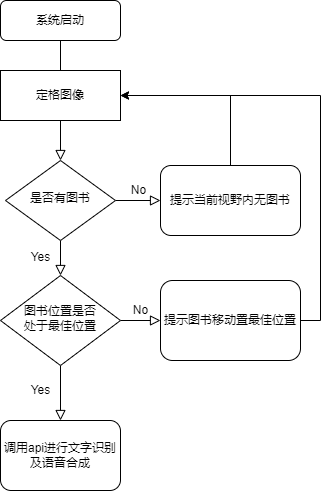
This is Software Diagram.png from Lelucermaire111/Intelligent-blind-assistance-system, a draw.io export, as it was before one commit. Source tidied: cells renumbered, new cells last; positions are measured from the earlier drawing's top-left corner, leaving out a move shared by most shapes. The source it was exported from:
```xml
<mxGraphModel>
  <root>
    <mxCell id="0" />
    <mxCell id="1" parent="0" />
    <mxCell id="2" style="rounded=0;html=1;jettySize=auto;fontSize=11;endArrow=block;endFill=0;endSize=8;strokeWidth=1;shadow=0;labelBackgroundColor=none;edgeStyle=orthogonalEdgeStyle;startArrow=none;" parent="1" edge="1" source="15" target="6">
      <mxGeometry relative="1" as="geometry" />
    </mxCell>
    <mxCell id="3" value="系统启动" style="rounded=1;whiteSpace=wrap;html=1;fontSize=12;glass=0;strokeWidth=1;shadow=0;" parent="1" vertex="1">
      <mxGeometry width="120" height="40" as="geometry" />
    </mxCell>
    <mxCell id="4" value="Yes" style="rounded=0;html=1;jettySize=auto;fontSize=11;endArrow=block;endFill=0;endSize=8;strokeWidth=1;shadow=0;labelBackgroundColor=none;edgeStyle=orthogonalEdgeStyle;" parent="1" edge="1" source="6" target="11">
      <mxGeometry y="20" relative="1" as="geometry" />
    </mxCell>
    <mxCell id="5" value="No" style="edgeStyle=orthogonalEdgeStyle;rounded=0;html=1;jettySize=auto;fontSize=11;endArrow=block;endFill=0;endSize=8;strokeWidth=1;shadow=0;labelBackgroundColor=none;" parent="1" edge="1" source="6" target="8">
      <mxGeometry y="10" relative="1" as="geometry" />
    </mxCell>
    <mxCell id="6" value="是否有图书" style="rhombus;whiteSpace=wrap;html=1;shadow=0;fontFamily=Helvetica;fontSize=12;align=center;strokeWidth=1;spacing=6;spacingTop=-4;" parent="1" vertex="1">
      <mxGeometry x="5" y="160" width="110" height="80" as="geometry" />
    </mxCell>
    <mxCell id="7" style="edgeStyle=orthogonalEdgeStyle;rounded=0;jettySize=auto;html=1;entryX=1;entryY=0.5;entryDx=0;entryDy=0;" parent="1" edge="1" source="8" target="15">
      <mxGeometry relative="1" as="geometry">
        <Array as="points">
          <mxPoint x="230" y="95" />
        </Array>
      </mxGeometry>
    </mxCell>
    <mxCell id="8" value="提示当前视野内无图书" style="rounded=1;whiteSpace=wrap;html=1;fontSize=12;glass=0;strokeWidth=1;shadow=0;" parent="1" vertex="1">
      <mxGeometry x="160" y="165" width="140" height="70" as="geometry" />
    </mxCell>
    <mxCell id="9" value="Yes" style="rounded=0;html=1;jettySize=auto;fontSize=11;endArrow=block;endFill=0;endSize=8;strokeWidth=1;shadow=0;labelBackgroundColor=none;edgeStyle=orthogonalEdgeStyle;" parent="1" edge="1" source="11" target="12">
      <mxGeometry x="-0.09" y="-20" relative="1" as="geometry" />
    </mxCell>
    <mxCell id="10" value="No" style="edgeStyle=orthogonalEdgeStyle;rounded=0;html=1;jettySize=auto;fontSize=11;endArrow=block;endFill=0;endSize=8;strokeWidth=1;shadow=0;labelBackgroundColor=none;" parent="1" edge="1" source="11" target="14">
      <mxGeometry y="10" relative="1" as="geometry" />
    </mxCell>
    <mxCell id="11" value="图书位置是否&lt;br&gt;处于最佳位置" style="rhombus;whiteSpace=wrap;html=1;shadow=0;fontFamily=Helvetica;fontSize=12;align=center;strokeWidth=1;spacing=6;spacingTop=-4;" parent="1" vertex="1">
      <mxGeometry y="275" width="120" height="90" as="geometry" />
    </mxCell>
    <mxCell id="12" value="调用api进行文字识别及语音合成" style="rounded=1;whiteSpace=wrap;html=1;fontSize=12;glass=0;strokeWidth=1;shadow=0;" parent="1" vertex="1">
      <mxGeometry y="420" width="120" height="70" as="geometry" />
    </mxCell>
    <mxCell id="13" style="edgeStyle=orthogonalEdgeStyle;rounded=0;jettySize=auto;html=1;exitX=1;exitY=0.5;exitDx=0;exitDy=0;entryX=1;entryY=0.5;entryDx=0;entryDy=0;" parent="1" edge="1" source="14" target="15">
      <mxGeometry relative="1" as="geometry" />
    </mxCell>
    <mxCell id="14" value="提示图书移动置最佳位置" style="rounded=1;whiteSpace=wrap;html=1;fontSize=12;glass=0;strokeWidth=1;shadow=0;" parent="1" vertex="1">
      <mxGeometry x="160" y="280" width="140" height="80" as="geometry" />
    </mxCell>
    <mxCell id="15" value="定格图像" style="rounded=0;whiteSpace=wrap;html=1;" parent="1" vertex="1">
      <mxGeometry y="70" width="120" height="50" as="geometry" />
    </mxCell>
    <mxCell id="16" style="rounded=0;html=1;jettySize=auto;fontSize=11;endArrow=none;endFill=0;endSize=8;strokeWidth=1;shadow=0;labelBackgroundColor=none;edgeStyle=orthogonalEdgeStyle;" parent="1" edge="1" source="3" target="15">
      <mxGeometry relative="1" as="geometry" />
    </mxCell>
  </root>
</mxGraphModel>
```
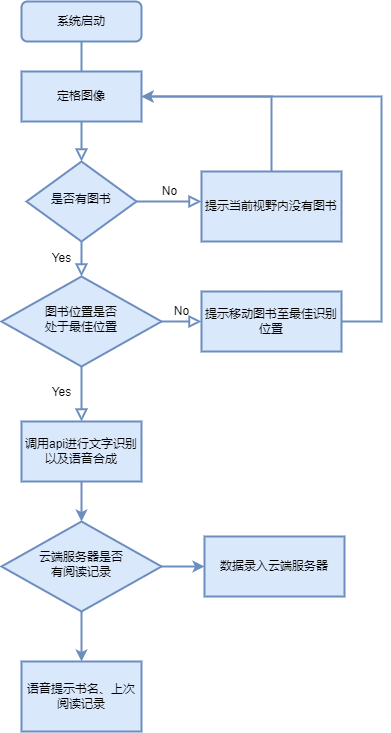
After the commit.

The edit, as a diff of the source:
```diff
@@ -2,54 +2,81 @@
   <root>
     <mxCell id="0" />
     <mxCell id="1" parent="0" />
-    <mxCell id="2" style="rounded=0;html=1;jettySize=auto;fontSize=11;endArrow=block;endFill=0;endSize=8;strokeWidth=1;shadow=0;labelBackgroundColor=none;edgeStyle=orthogonalEdgeStyle;startArrow=none;" parent="1" edge="1" source="15" target="6">
+    <mxCell id="2" style="rounded=0;html=1;jettySize=auto;fontSize=11;endArrow=block;endFill=0;endSize=8;strokeWidth=2;shadow=0;labelBackgroundColor=none;edgeStyle=orthogonalEdgeStyle;startArrow=none;fillColor=#dae8fc;strokeColor=#6c8ebf;" parent="1" edge="1" source="15" target="6">
       <mxGeometry relative="1" as="geometry" />
     </mxCell>
-    <mxCell id="3" value="系统启动" style="rounded=1;whiteSpace=wrap;html=1;fontSize=12;glass=0;strokeWidth=1;shadow=0;" parent="1" vertex="1">
+    <mxCell id="3" value="系统启动" style="rounded=1;whiteSpace=wrap;html=1;fontSize=12;glass=0;strokeWidth=2;shadow=0;fillColor=#dae8fc;strokeColor=#6c8ebf;" parent="1" vertex="1">
       <mxGeometry width="120" height="40" as="geometry" />
     </mxCell>
-    <mxCell id="4" value="Yes" style="rounded=0;html=1;jettySize=auto;fontSize=11;endArrow=block;endFill=0;endSize=8;strokeWidth=1;shadow=0;labelBackgroundColor=none;edgeStyle=orthogonalEdgeStyle;" parent="1" edge="1" source="6" target="11">
+    <mxCell id="4" value="Yes" style="rounded=0;html=1;jettySize=auto;fontSize=11;endArrow=block;endFill=0;endSize=8;strokeWidth=2;shadow=0;labelBackgroundColor=none;edgeStyle=orthogonalEdgeStyle;fillColor=#dae8fc;strokeColor=#6c8ebf;" parent="1" edge="1" source="6" target="11">
       <mxGeometry y="20" relative="1" as="geometry" />
     </mxCell>
-    <mxCell id="5" value="No" style="edgeStyle=orthogonalEdgeStyle;rounded=0;html=1;jettySize=auto;fontSize=11;endArrow=block;endFill=0;endSize=8;strokeWidth=1;shadow=0;labelBackgroundColor=none;" parent="1" edge="1" source="6" target="8">
-      <mxGeometry y="10" relative="1" as="geometry" />
+    <mxCell id="5" value="No" style="edgeStyle=orthogonalEdgeStyle;rounded=0;html=1;jettySize=auto;fontSize=11;endArrow=block;endFill=0;endSize=8;strokeWidth=2;shadow=0;labelBackgroundColor=none;fillColor=#dae8fc;strokeColor=#6c8ebf;" parent="1" edge="1" source="6">
+      <mxGeometry y="10" relative="1" as="geometry">
+        <mxPoint x="180" y="200" as="targetPoint" />
+      </mxGeometry>
     </mxCell>
-    <mxCell id="6" value="是否有图书" style="rhombus;whiteSpace=wrap;html=1;shadow=0;fontFamily=Helvetica;fontSize=12;align=center;strokeWidth=1;spacing=6;spacingTop=-4;" parent="1" vertex="1">
+    <mxCell id="6" value="是否有图书" style="rhombus;whiteSpace=wrap;html=1;shadow=0;fontFamily=Helvetica;fontSize=12;align=center;strokeWidth=2;spacing=6;spacingTop=-4;fillColor=#dae8fc;strokeColor=#6c8ebf;" parent="1" vertex="1">
       <mxGeometry x="5" y="160" width="110" height="80" as="geometry" />
     </mxCell>
-    <mxCell id="7" style="edgeStyle=orthogonalEdgeStyle;rounded=0;jettySize=auto;html=1;entryX=1;entryY=0.5;entryDx=0;entryDy=0;" parent="1" edge="1" source="8" target="15">
+    <mxCell id="7" style="edgeStyle=orthogonalEdgeStyle;rounded=0;jettySize=auto;html=1;entryX=1;entryY=0.5;entryDx=0;entryDy=0;strokeWidth=2;exitX=0.5;exitY=0;exitDx=0;exitDy=0;fillColor=#dae8fc;strokeColor=#6c8ebf;" parent="1" edge="1" source="19" target="15">
       <mxGeometry relative="1" as="geometry">
         <Array as="points">
-          <mxPoint x="230" y="95" />
+          <mxPoint x="250" y="95" />
         </Array>
       </mxGeometry>
     </mxCell>
-    <mxCell id="8" value="提示当前视野内无图书" style="rounded=1;whiteSpace=wrap;html=1;fontSize=12;glass=0;strokeWidth=1;shadow=0;" parent="1" vertex="1">
-      <mxGeometry x="160" y="165" width="140" height="70" as="geometry" />
-    </mxCell>
-    <mxCell id="9" value="Yes" style="rounded=0;html=1;jettySize=auto;fontSize=11;endArrow=block;endFill=0;endSize=8;strokeWidth=1;shadow=0;labelBackgroundColor=none;edgeStyle=orthogonalEdgeStyle;" parent="1" edge="1" source="11" target="12">
+    <mxCell id="9" value="Yes" style="rounded=0;html=1;jettySize=auto;fontSize=11;endArrow=block;endFill=0;endSize=8;strokeWidth=2;shadow=0;labelBackgroundColor=none;edgeStyle=orthogonalEdgeStyle;fillColor=#dae8fc;strokeColor=#6c8ebf;entryX=0.5;entryY=0;entryDx=0;entryDy=0;" parent="1" edge="1" source="11" target="18">
       <mxGeometry x="-0.09" y="-20" relative="1" as="geometry" />
     </mxCell>
-    <mxCell id="10" value="No" style="edgeStyle=orthogonalEdgeStyle;rounded=0;html=1;jettySize=auto;fontSize=11;endArrow=block;endFill=0;endSize=8;strokeWidth=1;shadow=0;labelBackgroundColor=none;" parent="1" edge="1" source="11" target="14">
-      <mxGeometry y="10" relative="1" as="geometry" />
+    <mxCell id="10" value="No" style="edgeStyle=orthogonalEdgeStyle;rounded=0;html=1;jettySize=auto;fontSize=11;endArrow=block;endFill=0;endSize=8;strokeWidth=2;shadow=0;labelBackgroundColor=none;fillColor=#dae8fc;strokeColor=#6c8ebf;" parent="1" edge="1" source="11">
+      <mxGeometry y="10" relative="1" as="geometry">
+        <mxPoint x="180" y="320" as="targetPoint" />
+      </mxGeometry>
     </mxCell>
-    <mxCell id="11" value="图书位置是否&lt;br&gt;处于最佳位置" style="rhombus;whiteSpace=wrap;html=1;shadow=0;fontFamily=Helvetica;fontSize=12;align=center;strokeWidth=1;spacing=6;spacingTop=-4;" parent="1" vertex="1">
-      <mxGeometry y="275" width="120" height="90" as="geometry" />
+    <mxCell id="11" value="图书位置是否&lt;br&gt;处于最佳位置" style="rhombus;whiteSpace=wrap;html=1;shadow=0;fontFamily=Helvetica;fontSize=12;align=center;strokeWidth=2;spacing=6;spacingTop=-4;fillColor=#dae8fc;strokeColor=#6c8ebf;" parent="1" vertex="1">
+      <mxGeometry x="-20" y="275" width="160" height="90" as="geometry" />
     </mxCell>
-    <mxCell id="12" value="调用api进行文字识别及语音合成" style="rounded=1;whiteSpace=wrap;html=1;fontSize=12;glass=0;strokeWidth=1;shadow=0;" parent="1" vertex="1">
-      <mxGeometry y="420" width="120" height="70" as="geometry" />
-    </mxCell>
-    <mxCell id="13" style="edgeStyle=orthogonalEdgeStyle;rounded=0;jettySize=auto;html=1;exitX=1;exitY=0.5;exitDx=0;exitDy=0;entryX=1;entryY=0.5;entryDx=0;entryDy=0;" parent="1" edge="1" source="14" target="15">
-      <mxGeometry relative="1" as="geometry" />
+    <mxCell id="13" style="edgeStyle=orthogonalEdgeStyle;rounded=0;jettySize=auto;html=1;exitX=1;exitY=0.5;exitDx=0;exitDy=0;entryX=1;entryY=0.5;entryDx=0;entryDy=0;strokeWidth=2;fillColor=#dae8fc;strokeColor=#6c8ebf;" parent="1" edge="1" source="20" target="15">
+      <mxGeometry relative="1" as="geometry">
+        <Array as="points">
+          <mxPoint x="360" y="320" />
+          <mxPoint x="360" y="95" />
+        </Array>
+      </mxGeometry>
     </mxCell>
-    <mxCell id="14" value="提示图书移动置最佳位置" style="rounded=1;whiteSpace=wrap;html=1;fontSize=12;glass=0;strokeWidth=1;shadow=0;" parent="1" vertex="1">
-      <mxGeometry x="160" y="280" width="140" height="80" as="geometry" />
-    </mxCell>
-    <mxCell id="15" value="定格图像" style="rounded=0;whiteSpace=wrap;html=1;" parent="1" vertex="1">
+    <mxCell id="15" value="定格图像" style="rounded=0;whiteSpace=wrap;html=1;fillColor=#dae8fc;strokeColor=#6c8ebf;strokeWidth=2;" parent="1" vertex="1">
       <mxGeometry y="70" width="120" height="50" as="geometry" />
     </mxCell>
-    <mxCell id="16" style="rounded=0;html=1;jettySize=auto;fontSize=11;endArrow=none;endFill=0;endSize=8;strokeWidth=1;shadow=0;labelBackgroundColor=none;edgeStyle=orthogonalEdgeStyle;" parent="1" edge="1" source="3" target="15">
+    <mxCell id="16" style="rounded=0;html=1;jettySize=auto;fontSize=11;endArrow=none;endFill=0;endSize=8;strokeWidth=2;shadow=0;labelBackgroundColor=none;edgeStyle=orthogonalEdgeStyle;fillColor=#dae8fc;strokeColor=#6c8ebf;" parent="1" edge="1" source="3" target="15">
       <mxGeometry relative="1" as="geometry" />
     </mxCell>
+    <mxCell id="17" style="edgeStyle=orthogonalEdgeStyle;rounded=0;jettySize=auto;html=1;strokeWidth=2;fillColor=#dae8fc;strokeColor=#6c8ebf;" parent="1" edge="1" source="18" target="23">
+      <mxGeometry relative="1" as="geometry" />
+    </mxCell>
+    <mxCell id="18" value="调用api进行文字识别以及语音合成" style="rounded=0;whiteSpace=wrap;html=1;strokeWidth=2;fillColor=#dae8fc;strokeColor=#6c8ebf;" parent="1" vertex="1">
+      <mxGeometry y="420" width="120" height="60" as="geometry" />
+    </mxCell>
+    <mxCell id="19" value="提示当前视野内没有图书" style="rounded=0;whiteSpace=wrap;html=1;strokeWidth=2;fillColor=#dae8fc;strokeColor=#6c8ebf;" parent="1" vertex="1">
+      <mxGeometry x="180" y="170" width="140" height="70" as="geometry" />
+    </mxCell>
+    <mxCell id="20" value="提示移动图书至最佳识别位置" style="rounded=0;whiteSpace=wrap;html=1;strokeWidth=2;fillColor=#dae8fc;strokeColor=#6c8ebf;" parent="1" vertex="1">
+      <mxGeometry x="180" y="290" width="140" height="60" as="geometry" />
+    </mxCell>
+    <mxCell id="21" style="edgeStyle=orthogonalEdgeStyle;rounded=0;jettySize=auto;html=1;strokeWidth=2;fillColor=#dae8fc;strokeColor=#6c8ebf;" parent="1" edge="1" source="23" target="25">
+      <mxGeometry relative="1" as="geometry" />
+    </mxCell>
+    <mxCell id="22" style="edgeStyle=orthogonalEdgeStyle;rounded=0;jettySize=auto;html=1;strokeWidth=2;fillColor=#dae8fc;strokeColor=#6c8ebf;entryX=0;entryY=0.5;entryDx=0;entryDy=0;" parent="1" edge="1" source="23" target="24">
+      <mxGeometry relative="1" as="geometry" />
+    </mxCell>
+    <mxCell id="23" value="云端服务器是否&lt;br&gt;有阅读记录" style="rhombus;whiteSpace=wrap;html=1;shadow=0;fontFamily=Helvetica;fontSize=12;align=center;strokeWidth=2;spacing=6;spacingTop=-4;fillColor=#dae8fc;strokeColor=#6c8ebf;" parent="1" vertex="1">
+      <mxGeometry x="-20" y="520" width="160" height="90" as="geometry" />
+    </mxCell>
+    <mxCell id="24" value="数据录入云端服务器" style="rounded=0;whiteSpace=wrap;html=1;strokeWidth=2;fillColor=#dae8fc;strokeColor=#6c8ebf;" parent="1" vertex="1">
+      <mxGeometry x="183" y="535" width="140" height="60" as="geometry" />
+    </mxCell>
+    <mxCell id="25" value="语音提示书名、上次阅读记录" style="rounded=0;whiteSpace=wrap;html=1;strokeWidth=2;fillColor=#dae8fc;strokeColor=#6c8ebf;" parent="1" vertex="1">
+      <mxGeometry y="660" width="120" height="70" as="geometry" />
+    </mxCell>
   </root>
 </mxGraphModel>
```
